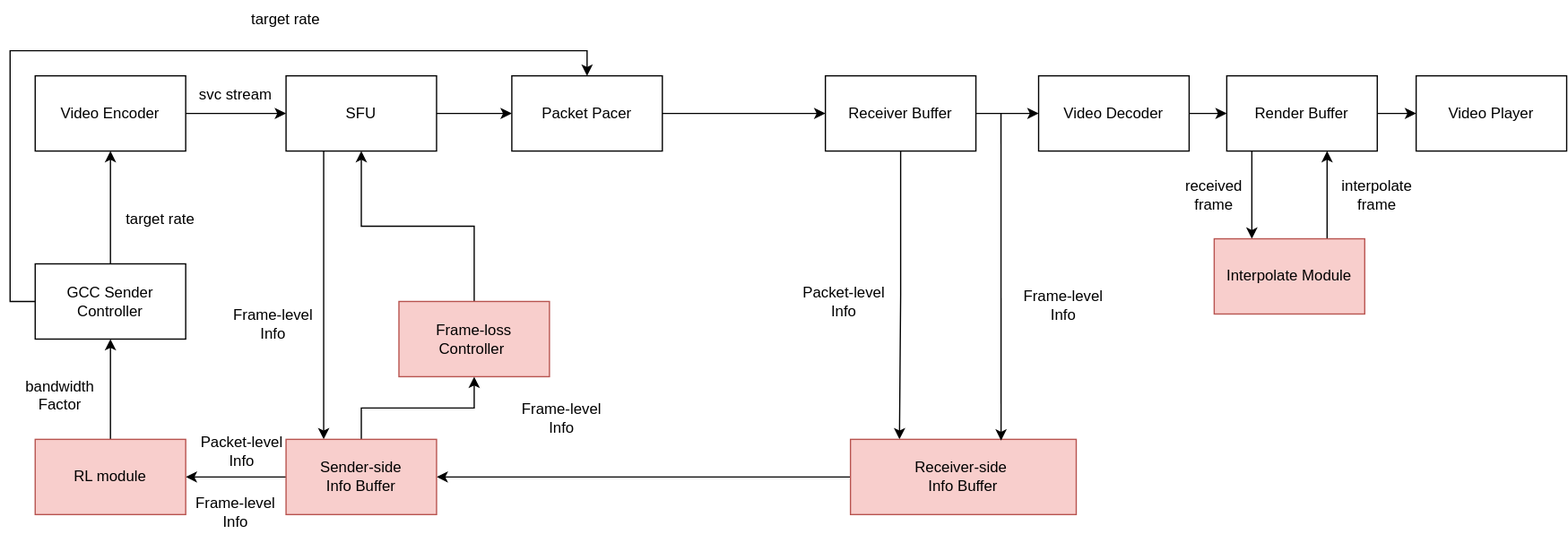
Earlier version of the draw.io export system.drawio.svg (xiaosayin/c-educoder). Source tidied: cells renumbered, new cells last; positions are measured from the earlier drawing's top-left corner, leaving out a move shared by most shapes.
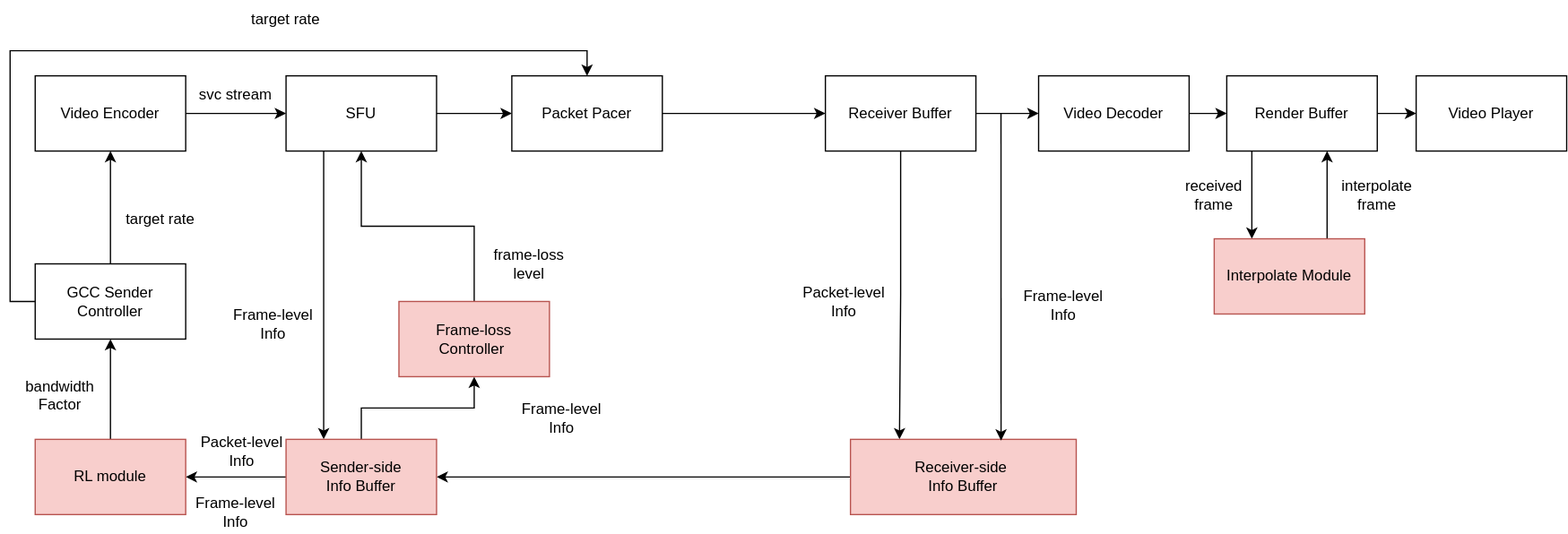
The same file after the commit.

The edit, as a diff of the source:
```diff
@@ -148,5 +148,8 @@
     <mxCell id="44" value="Frame-level&lt;br&gt;Info" style="text;html=1;strokeColor=none;fillColor=none;align=center;verticalAlign=middle;whiteSpace=wrap;rounded=0;" parent="1" vertex="1">
       <mxGeometry x="150" y="240" width="100" height="35" as="geometry" />
     </mxCell>
+    <mxCell id="45" value="frame-loss level" style="text;html=1;strokeColor=none;fillColor=none;align=center;verticalAlign=middle;whiteSpace=wrap;rounded=0;" parent="1" vertex="1">
+      <mxGeometry x="374" y="195" width="60" height="30" as="geometry" />
+    </mxCell>
   </root>
 </mxGraphModel>
```
